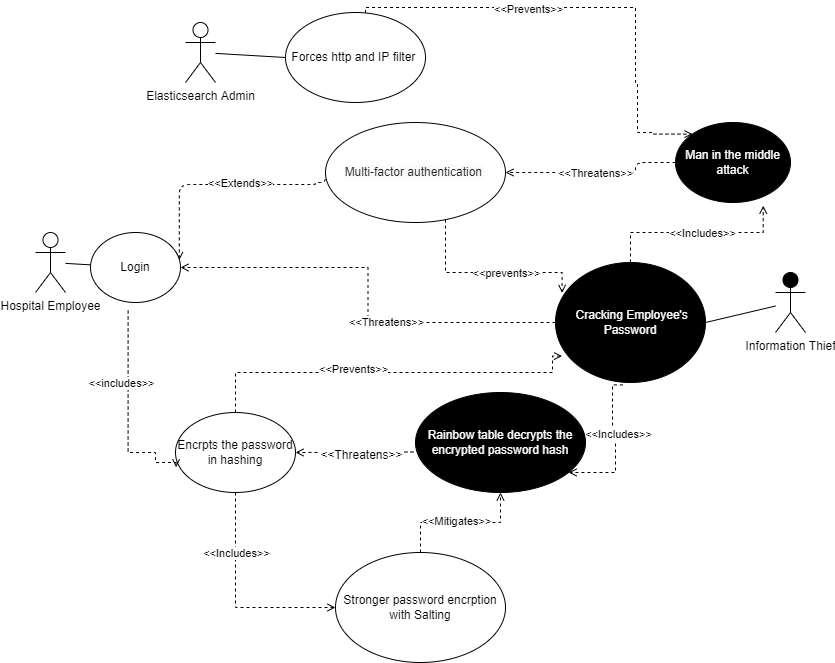
Before: images/authentication_use_case——02.drawio.png, a diagram exported from draw.io (zijunmei/Software_Assurance). Source tidied: cells renumbered, new cells last; positions are measured from the earlier drawing's top-left corner, leaving out a move shared by most shapes.
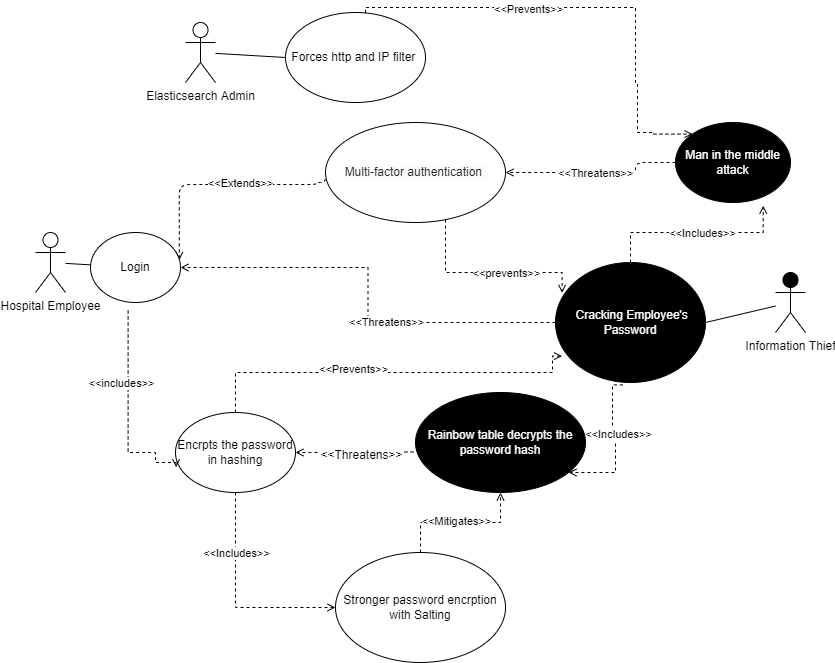
After the change.

Change to the diagram source:
```diff
@@ -167,7 +167,7 @@
     <mxCell id="37" value="Stronger password encrption with Salting" style="ellipse;whiteSpace=wrap;html=1;" parent="1" vertex="1">
       <mxGeometry x="300" y="545" width="170" height="110" as="geometry" />
     </mxCell>
-    <mxCell id="38" value="Rainbow table decrypts the encrypted password hash" style="ellipse;whiteSpace=wrap;html=1;fillColor=#000000;fontColor=#FFFFFF;" parent="1" vertex="1">
+    <mxCell id="38" value="Rainbow table decrypts the password hash" style="ellipse;whiteSpace=wrap;html=1;fillColor=#000000;fontColor=#FFFFFF;" parent="1" vertex="1">
       <mxGeometry x="380" y="385" width="170" height="100" as="geometry" />
     </mxCell>
     <mxCell id="39" style="endArrow=none;html=1;rounded=0;entryX=0;entryY=0.5;entryDx=0;entryDy=0;" parent="1" edge="1" source="9" target="21">
```
